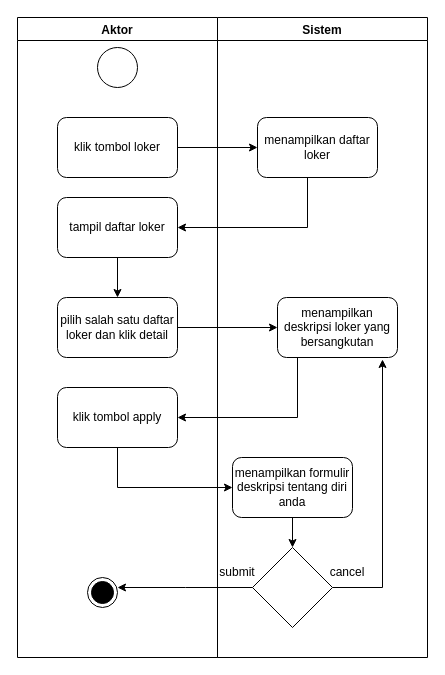
The draw.io diagram loker user Activity Diagram.drawio in ratihpn99/tokoonline, before the edit. Source tidied: cells renumbered, new cells numbered last; positions are measured from the earlier drawing's top-left corner, leaving out a move shared by most shapes. Both pictures are drawn from the tidied source at 100%, with x=0, y=0 at pixel (17, 17).
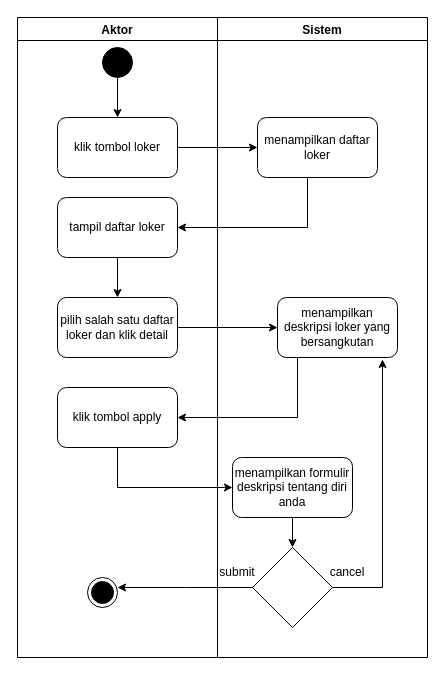
After the change.

The change refers to these unchanged cells:
```xml
<mxCell id="2" value="Aktor" style="swimlane;" parent="1" vertex="1">
  <mxGeometry width="200" height="640" as="geometry" />
</mxCell>
<mxCell id="4" value="klik tombol loker" style="rounded=1;whiteSpace=wrap;html=1;" parent="2" vertex="1">
  <mxGeometry x="40" y="100" width="120" height="60" as="geometry" />
</mxCell>
```

The edit, as a diff of the source:
```diff
@@
+    <mxCell id="25" style="edgeStyle=orthogonalEdgeStyle;rounded=0;jettySize=auto;html=1;entryX=0.5;entryY=0;entryDx=0;entryDy=0;" parent="2" edge="1" source="3" target="4">
+      <mxGeometry relative="1" as="geometry" />
+    </mxCell>
-    <mxCell id="3" style="ellipse;whiteSpace=wrap;html=1;" parent="2" vertex="1">
-      <mxGeometry x="80" y="30" width="40" height="40" as="geometry" />
+    <mxCell id="3" style="ellipse;whiteSpace=wrap;html=1;fillColor=#000000;" parent="2" vertex="1">
+      <mxGeometry x="85" y="30" width="30" height="30" as="geometry" />
     </mxCell>
```
